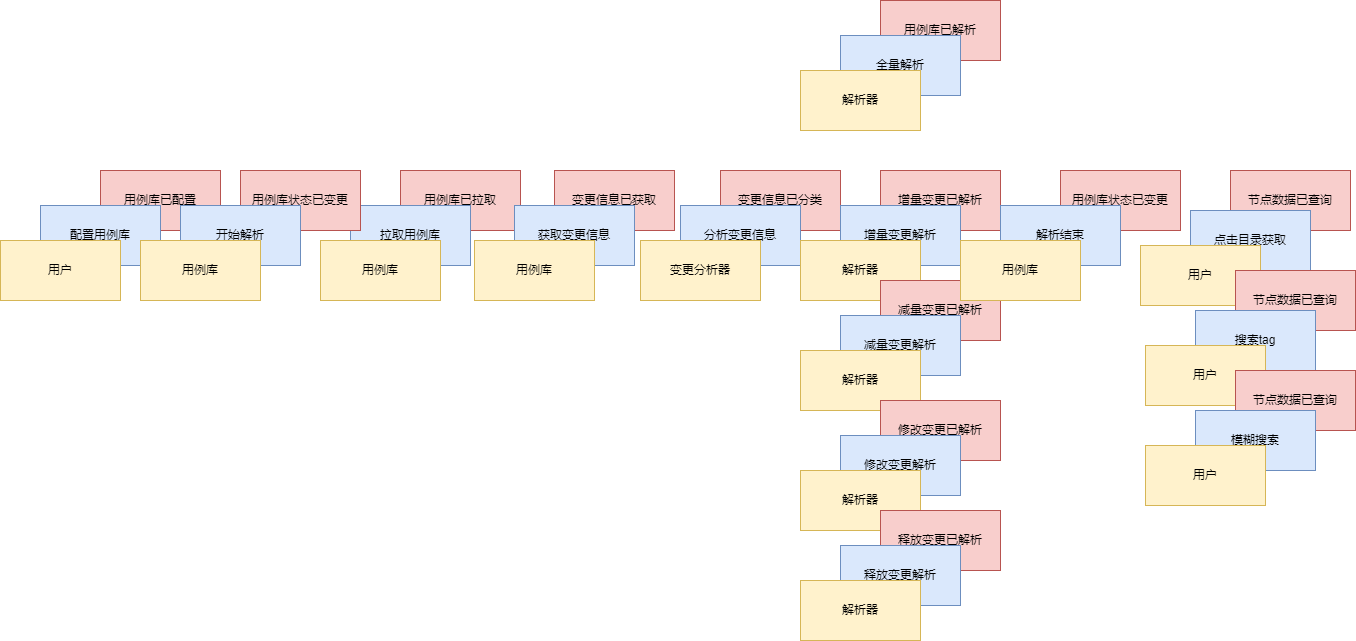
Before: testCenter/event_2.drawio.png, a diagram exported from draw.io (muxicode/c153080686). Source tidied: cells renumbered, new cells last; positions are measured from the earlier drawing's top-left corner, leaving out a move shared by most shapes. Its diagram source:
```xml
<mxGraphModel>
  <root>
    <mxCell id="0" />
    <mxCell id="1" parent="0" />
    <mxCell id="2" value="变更信息已获取" style="rounded=0;whiteSpace=wrap;html=1;fillColor=#f8cecc;strokeColor=#b85450;" parent="1" vertex="1">
      <mxGeometry x="554" y="170" width="120" height="60" as="geometry" />
    </mxCell>
    <mxCell id="3" value="用例库已拉取" style="rounded=0;whiteSpace=wrap;html=1;fillColor=#f8cecc;strokeColor=#b85450;" parent="1" vertex="1">
      <mxGeometry x="400" y="170" width="120" height="60" as="geometry" />
    </mxCell>
    <mxCell id="4" value="节点数据已查询" style="rounded=0;whiteSpace=wrap;html=1;fillColor=#f8cecc;strokeColor=#b85450;" parent="1" vertex="1">
      <mxGeometry x="1230" y="170" width="120" height="60" as="geometry" />
    </mxCell>
    <mxCell id="5" value="拉取用例库" style="rounded=0;whiteSpace=wrap;html=1;fillColor=#dae8fc;strokeColor=#6c8ebf;" parent="1" vertex="1">
      <mxGeometry x="350" y="205" width="120" height="60" as="geometry" />
    </mxCell>
    <mxCell id="6" value="获取变更信息" style="rounded=0;whiteSpace=wrap;html=1;fillColor=#dae8fc;strokeColor=#6c8ebf;" parent="1" vertex="1">
      <mxGeometry x="514" y="205" width="120" height="60" as="geometry" />
    </mxCell>
    <mxCell id="7" value="用例库" style="rounded=0;whiteSpace=wrap;html=1;fillColor=#fff2cc;strokeColor=#d6b656;" parent="1" vertex="1">
      <mxGeometry x="320" y="240" width="120" height="60" as="geometry" />
    </mxCell>
    <mxCell id="8" value="点击目录获取" style="rounded=0;whiteSpace=wrap;html=1;fillColor=#dae8fc;strokeColor=#6c8ebf;" parent="1" vertex="1">
      <mxGeometry x="1190" y="210" width="120" height="60" as="geometry" />
    </mxCell>
    <mxCell id="9" value="用户" style="rounded=0;whiteSpace=wrap;html=1;fillColor=#fff2cc;strokeColor=#d6b656;" parent="1" vertex="1">
      <mxGeometry x="1140" y="245" width="120" height="60" as="geometry" />
    </mxCell>
    <mxCell id="10" value="用例库已配置" style="rounded=0;whiteSpace=wrap;html=1;fillColor=#f8cecc;strokeColor=#b85450;" parent="1" vertex="1">
      <mxGeometry x="100" y="170" width="120" height="60" as="geometry" />
    </mxCell>
    <mxCell id="11" value="配置用例库" style="rounded=0;whiteSpace=wrap;html=1;fillColor=#dae8fc;strokeColor=#6c8ebf;" parent="1" vertex="1">
      <mxGeometry x="40" y="205" width="120" height="60" as="geometry" />
    </mxCell>
    <mxCell id="12" value="用户" style="rounded=0;whiteSpace=wrap;html=1;fillColor=#fff2cc;strokeColor=#d6b656;" parent="1" vertex="1">
      <mxGeometry y="240" width="120" height="60" as="geometry" />
    </mxCell>
    <mxCell id="13" value="用例库" style="rounded=0;whiteSpace=wrap;html=1;fillColor=#fff2cc;strokeColor=#d6b656;" parent="1" vertex="1">
      <mxGeometry x="474" y="240" width="120" height="60" as="geometry" />
    </mxCell>
    <mxCell id="14" value="变更信息已分类" style="rounded=0;whiteSpace=wrap;html=1;fillColor=#f8cecc;strokeColor=#b85450;" parent="1" vertex="1">
      <mxGeometry x="720" y="170" width="120" height="60" as="geometry" />
    </mxCell>
    <mxCell id="15" value="分析变更信息" style="rounded=0;whiteSpace=wrap;html=1;fillColor=#dae8fc;strokeColor=#6c8ebf;" parent="1" vertex="1">
      <mxGeometry x="680" y="205" width="120" height="60" as="geometry" />
    </mxCell>
    <mxCell id="16" value="变更分析器" style="rounded=0;whiteSpace=wrap;html=1;fillColor=#fff2cc;strokeColor=#d6b656;" parent="1" vertex="1">
      <mxGeometry x="640" y="240" width="120" height="60" as="geometry" />
    </mxCell>
    <mxCell id="17" value="用例库状态已变更" style="rounded=0;whiteSpace=wrap;html=1;fillColor=#f8cecc;strokeColor=#b85450;" parent="1" vertex="1">
      <mxGeometry x="240" y="170" width="120" height="60" as="geometry" />
    </mxCell>
    <mxCell id="18" value="开始解析" style="rounded=0;whiteSpace=wrap;html=1;fillColor=#dae8fc;strokeColor=#6c8ebf;" parent="1" vertex="1">
      <mxGeometry x="180" y="205" width="120" height="60" as="geometry" />
    </mxCell>
    <mxCell id="19" value="用例库" style="rounded=0;whiteSpace=wrap;html=1;fillColor=#fff2cc;strokeColor=#d6b656;" parent="1" vertex="1">
      <mxGeometry x="140" y="240" width="120" height="60" as="geometry" />
    </mxCell>
    <mxCell id="20" value="增量变更已解析" style="rounded=0;whiteSpace=wrap;html=1;fillColor=#f8cecc;strokeColor=#b85450;" parent="1" vertex="1">
      <mxGeometry x="880" y="170" width="120" height="60" as="geometry" />
    </mxCell>
    <mxCell id="21" value="增量变更解析" style="rounded=0;whiteSpace=wrap;html=1;fillColor=#dae8fc;strokeColor=#6c8ebf;" parent="1" vertex="1">
      <mxGeometry x="840" y="205" width="120" height="60" as="geometry" />
    </mxCell>
    <mxCell id="22" value="解析器" style="rounded=0;whiteSpace=wrap;html=1;fillColor=#fff2cc;strokeColor=#d6b656;" parent="1" vertex="1">
      <mxGeometry x="800" y="240" width="120" height="60" as="geometry" />
    </mxCell>
    <mxCell id="23" value="减量变更已解析" style="rounded=0;whiteSpace=wrap;html=1;fillColor=#f8cecc;strokeColor=#b85450;" parent="1" vertex="1">
      <mxGeometry x="880" y="280" width="120" height="60" as="geometry" />
    </mxCell>
    <mxCell id="24" value="减量变更解析" style="rounded=0;whiteSpace=wrap;html=1;fillColor=#dae8fc;strokeColor=#6c8ebf;" parent="1" vertex="1">
      <mxGeometry x="840" y="315" width="120" height="60" as="geometry" />
    </mxCell>
    <mxCell id="25" value="解析器" style="rounded=0;whiteSpace=wrap;html=1;fillColor=#fff2cc;strokeColor=#d6b656;" parent="1" vertex="1">
      <mxGeometry x="800" y="350" width="120" height="60" as="geometry" />
    </mxCell>
    <mxCell id="26" value="修改变更已解析" style="rounded=0;whiteSpace=wrap;html=1;fillColor=#f8cecc;strokeColor=#b85450;" parent="1" vertex="1">
      <mxGeometry x="880" y="400" width="120" height="60" as="geometry" />
    </mxCell>
    <mxCell id="27" value="修改变更解析" style="rounded=0;whiteSpace=wrap;html=1;fillColor=#dae8fc;strokeColor=#6c8ebf;" parent="1" vertex="1">
      <mxGeometry x="840" y="435" width="120" height="60" as="geometry" />
    </mxCell>
    <mxCell id="28" value="解析器" style="rounded=0;whiteSpace=wrap;html=1;fillColor=#fff2cc;strokeColor=#d6b656;" parent="1" vertex="1">
      <mxGeometry x="800" y="470" width="120" height="60" as="geometry" />
    </mxCell>
    <mxCell id="29" value="释放变更已解析" style="rounded=0;whiteSpace=wrap;html=1;fillColor=#f8cecc;strokeColor=#b85450;" parent="1" vertex="1">
      <mxGeometry x="880" y="510" width="120" height="60" as="geometry" />
    </mxCell>
    <mxCell id="30" value="释放变更解析" style="rounded=0;whiteSpace=wrap;html=1;fillColor=#dae8fc;strokeColor=#6c8ebf;" parent="1" vertex="1">
      <mxGeometry x="840" y="545" width="120" height="60" as="geometry" />
    </mxCell>
    <mxCell id="31" value="解析器" style="rounded=0;whiteSpace=wrap;html=1;fillColor=#fff2cc;strokeColor=#d6b656;" parent="1" vertex="1">
      <mxGeometry x="800" y="580" width="120" height="60" as="geometry" />
    </mxCell>
    <mxCell id="32" value="用例库已解析" style="rounded=0;whiteSpace=wrap;html=1;fillColor=#f8cecc;strokeColor=#b85450;" parent="1" vertex="1">
      <mxGeometry x="880" width="120" height="60" as="geometry" />
    </mxCell>
    <mxCell id="33" value="全量解析" style="rounded=0;whiteSpace=wrap;html=1;fillColor=#dae8fc;strokeColor=#6c8ebf;" parent="1" vertex="1">
      <mxGeometry x="840" y="35" width="120" height="60" as="geometry" />
    </mxCell>
    <mxCell id="34" value="解析器" style="rounded=0;whiteSpace=wrap;html=1;fillColor=#fff2cc;strokeColor=#d6b656;" parent="1" vertex="1">
      <mxGeometry x="800" y="70" width="120" height="60" as="geometry" />
    </mxCell>
    <mxCell id="35" value="节点数据已查询" style="rounded=0;whiteSpace=wrap;html=1;fillColor=#f8cecc;strokeColor=#b85450;" parent="1" vertex="1">
      <mxGeometry x="1235" y="270" width="120" height="60" as="geometry" />
    </mxCell>
    <mxCell id="36" value="搜索tag" style="rounded=0;whiteSpace=wrap;html=1;fillColor=#dae8fc;strokeColor=#6c8ebf;" parent="1" vertex="1">
      <mxGeometry x="1195" y="310" width="120" height="60" as="geometry" />
    </mxCell>
    <mxCell id="37" value="用户" style="rounded=0;whiteSpace=wrap;html=1;fillColor=#fff2cc;strokeColor=#d6b656;" parent="1" vertex="1">
      <mxGeometry x="1145" y="345" width="120" height="60" as="geometry" />
    </mxCell>
    <mxCell id="38" value="节点数据已查询" style="rounded=0;whiteSpace=wrap;html=1;fillColor=#f8cecc;strokeColor=#b85450;" parent="1" vertex="1">
      <mxGeometry x="1235" y="370" width="120" height="60" as="geometry" />
    </mxCell>
    <mxCell id="39" value="模糊搜索" style="rounded=0;whiteSpace=wrap;html=1;fillColor=#dae8fc;strokeColor=#6c8ebf;" parent="1" vertex="1">
      <mxGeometry x="1195" y="410" width="120" height="60" as="geometry" />
    </mxCell>
    <mxCell id="40" value="用户" style="rounded=0;whiteSpace=wrap;html=1;fillColor=#fff2cc;strokeColor=#d6b656;" parent="1" vertex="1">
      <mxGeometry x="1145" y="445" width="120" height="60" as="geometry" />
    </mxCell>
    <mxCell id="41" value="用例库状态已变更" style="rounded=0;whiteSpace=wrap;html=1;fillColor=#f8cecc;strokeColor=#b85450;" parent="1" vertex="1">
      <mxGeometry x="1060" y="170" width="120" height="60" as="geometry" />
    </mxCell>
    <mxCell id="42" value="解析结束" style="rounded=0;whiteSpace=wrap;html=1;fillColor=#dae8fc;strokeColor=#6c8ebf;" parent="1" vertex="1">
      <mxGeometry x="1000" y="205" width="120" height="60" as="geometry" />
    </mxCell>
    <mxCell id="43" value="用例库" style="rounded=0;whiteSpace=wrap;html=1;fillColor=#fff2cc;strokeColor=#d6b656;" parent="1" vertex="1">
      <mxGeometry x="960" y="240" width="120" height="60" as="geometry" />
    </mxCell>
  </root>
</mxGraphModel>
```
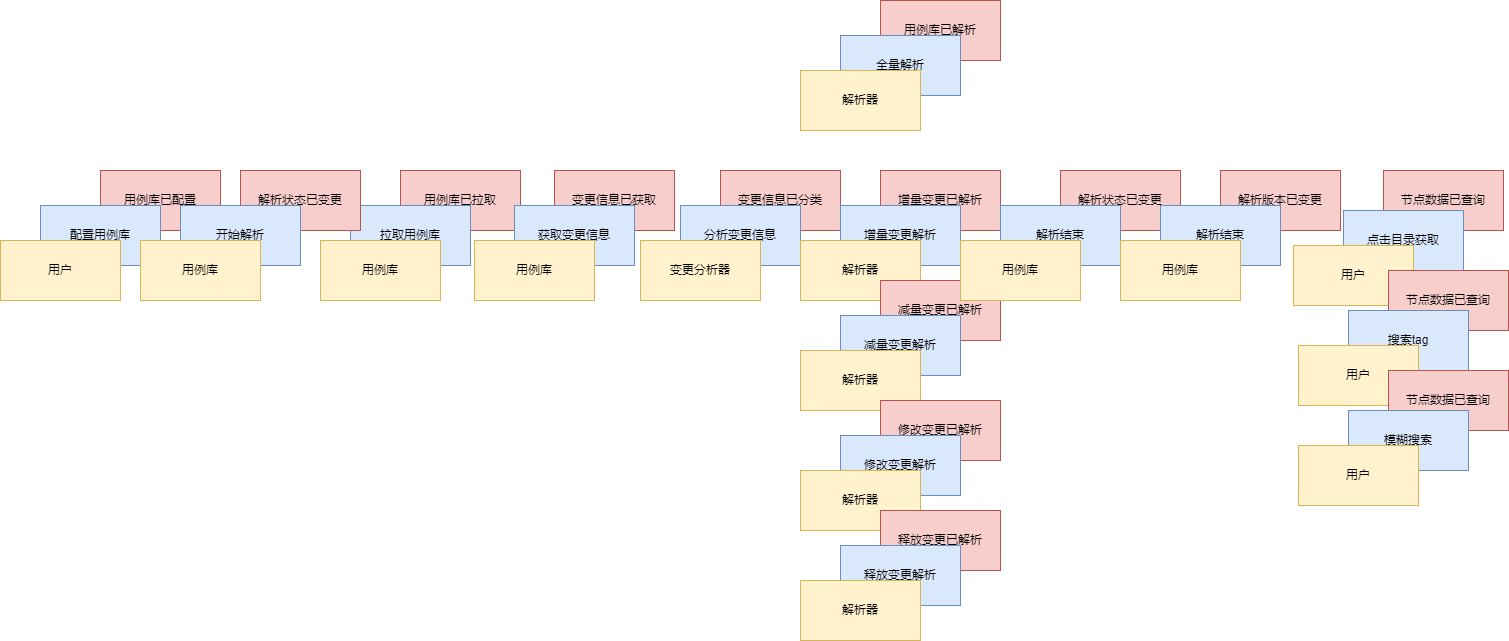
Later version of the same file.

What changed in the source:
```diff
@@ -9,7 +9,7 @@
       <mxGeometry x="400" y="170" width="120" height="60" as="geometry" />
     </mxCell>
     <mxCell id="4" value="节点数据已查询" style="rounded=0;whiteSpace=wrap;html=1;fillColor=#f8cecc;strokeColor=#b85450;" parent="1" vertex="1">
-      <mxGeometry x="1230" y="170" width="120" height="60" as="geometry" />
+      <mxGeometry x="1383" y="170" width="120" height="60" as="geometry" />
     </mxCell>
     <mxCell id="5" value="拉取用例库" style="rounded=0;whiteSpace=wrap;html=1;fillColor=#dae8fc;strokeColor=#6c8ebf;" parent="1" vertex="1">
       <mxGeometry x="350" y="205" width="120" height="60" as="geometry" />
@@ -21,10 +21,10 @@
       <mxGeometry x="320" y="240" width="120" height="60" as="geometry" />
     </mxCell>
     <mxCell id="8" value="点击目录获取" style="rounded=0;whiteSpace=wrap;html=1;fillColor=#dae8fc;strokeColor=#6c8ebf;" parent="1" vertex="1">
-      <mxGeometry x="1190" y="210" width="120" height="60" as="geometry" />
+      <mxGeometry x="1343" y="210" width="120" height="60" as="geometry" />
     </mxCell>
     <mxCell id="9" value="用户" style="rounded=0;whiteSpace=wrap;html=1;fillColor=#fff2cc;strokeColor=#d6b656;" parent="1" vertex="1">
-      <mxGeometry x="1140" y="245" width="120" height="60" as="geometry" />
+      <mxGeometry x="1293" y="245" width="120" height="60" as="geometry" />
     </mxCell>
     <mxCell id="10" value="用例库已配置" style="rounded=0;whiteSpace=wrap;html=1;fillColor=#f8cecc;strokeColor=#b85450;" parent="1" vertex="1">
       <mxGeometry x="100" y="170" width="120" height="60" as="geometry" />
@@ -47,7 +47,7 @@
     <mxCell id="16" value="变更分析器" style="rounded=0;whiteSpace=wrap;html=1;fillColor=#fff2cc;strokeColor=#d6b656;" parent="1" vertex="1">
       <mxGeometry x="640" y="240" width="120" height="60" as="geometry" />
     </mxCell>
-    <mxCell id="17" value="用例库状态已变更" style="rounded=0;whiteSpace=wrap;html=1;fillColor=#f8cecc;strokeColor=#b85450;" parent="1" vertex="1">
+    <mxCell id="17" value="解析状态已变更" style="rounded=0;whiteSpace=wrap;html=1;fillColor=#f8cecc;strokeColor=#b85450;" parent="1" vertex="1">
       <mxGeometry x="240" y="170" width="120" height="60" as="geometry" />
     </mxCell>
     <mxCell id="18" value="开始解析" style="rounded=0;whiteSpace=wrap;html=1;fillColor=#dae8fc;strokeColor=#6c8ebf;" parent="1" vertex="1">
@@ -102,24 +102,24 @@
       <mxGeometry x="800" y="70" width="120" height="60" as="geometry" />
     </mxCell>
     <mxCell id="35" value="节点数据已查询" style="rounded=0;whiteSpace=wrap;html=1;fillColor=#f8cecc;strokeColor=#b85450;" parent="1" vertex="1">
-      <mxGeometry x="1235" y="270" width="120" height="60" as="geometry" />
+      <mxGeometry x="1388" y="270" width="120" height="60" as="geometry" />
     </mxCell>
     <mxCell id="36" value="搜索tag" style="rounded=0;whiteSpace=wrap;html=1;fillColor=#dae8fc;strokeColor=#6c8ebf;" parent="1" vertex="1">
-      <mxGeometry x="1195" y="310" width="120" height="60" as="geometry" />
+      <mxGeometry x="1348" y="310" width="120" height="60" as="geometry" />
     </mxCell>
     <mxCell id="37" value="用户" style="rounded=0;whiteSpace=wrap;html=1;fillColor=#fff2cc;strokeColor=#d6b656;" parent="1" vertex="1">
-      <mxGeometry x="1145" y="345" width="120" height="60" as="geometry" />
+      <mxGeometry x="1298" y="345" width="120" height="60" as="geometry" />
     </mxCell>
     <mxCell id="38" value="节点数据已查询" style="rounded=0;whiteSpace=wrap;html=1;fillColor=#f8cecc;strokeColor=#b85450;" parent="1" vertex="1">
-      <mxGeometry x="1235" y="370" width="120" height="60" as="geometry" />
+      <mxGeometry x="1388" y="370" width="120" height="60" as="geometry" />
     </mxCell>
     <mxCell id="39" value="模糊搜索" style="rounded=0;whiteSpace=wrap;html=1;fillColor=#dae8fc;strokeColor=#6c8ebf;" parent="1" vertex="1">
-      <mxGeometry x="1195" y="410" width="120" height="60" as="geometry" />
+      <mxGeometry x="1348" y="410" width="120" height="60" as="geometry" />
     </mxCell>
     <mxCell id="40" value="用户" style="rounded=0;whiteSpace=wrap;html=1;fillColor=#fff2cc;strokeColor=#d6b656;" parent="1" vertex="1">
-      <mxGeometry x="1145" y="445" width="120" height="60" as="geometry" />
+      <mxGeometry x="1298" y="445" width="120" height="60" as="geometry" />
     </mxCell>
-    <mxCell id="41" value="用例库状态已变更" style="rounded=0;whiteSpace=wrap;html=1;fillColor=#f8cecc;strokeColor=#b85450;" parent="1" vertex="1">
+    <mxCell id="41" value="解析状态已变更" style="rounded=0;whiteSpace=wrap;html=1;fillColor=#f8cecc;strokeColor=#b85450;" parent="1" vertex="1">
       <mxGeometry x="1060" y="170" width="120" height="60" as="geometry" />
     </mxCell>
     <mxCell id="42" value="解析结束" style="rounded=0;whiteSpace=wrap;html=1;fillColor=#dae8fc;strokeColor=#6c8ebf;" parent="1" vertex="1">
@@ -128,5 +128,14 @@
     <mxCell id="43" value="用例库" style="rounded=0;whiteSpace=wrap;html=1;fillColor=#fff2cc;strokeColor=#d6b656;" parent="1" vertex="1">
       <mxGeometry x="960" y="240" width="120" height="60" as="geometry" />
     </mxCell>
+    <mxCell id="44" value="解析版本已变更" style="rounded=0;whiteSpace=wrap;html=1;fillColor=#f8cecc;strokeColor=#b85450;" parent="1" vertex="1">
+      <mxGeometry x="1220" y="170" width="120" height="60" as="geometry" />
+    </mxCell>
+    <mxCell id="45" value="解析结束" style="rounded=0;whiteSpace=wrap;html=1;fillColor=#dae8fc;strokeColor=#6c8ebf;" parent="1" vertex="1">
+      <mxGeometry x="1160" y="205" width="120" height="60" as="geometry" />
+    </mxCell>
+    <mxCell id="46" value="用例库" style="rounded=0;whiteSpace=wrap;html=1;fillColor=#fff2cc;strokeColor=#d6b656;" parent="1" vertex="1">
+      <mxGeometry x="1120" y="240" width="120" height="60" as="geometry" />
+    </mxCell>
   </root>
 </mxGraphModel>
```
